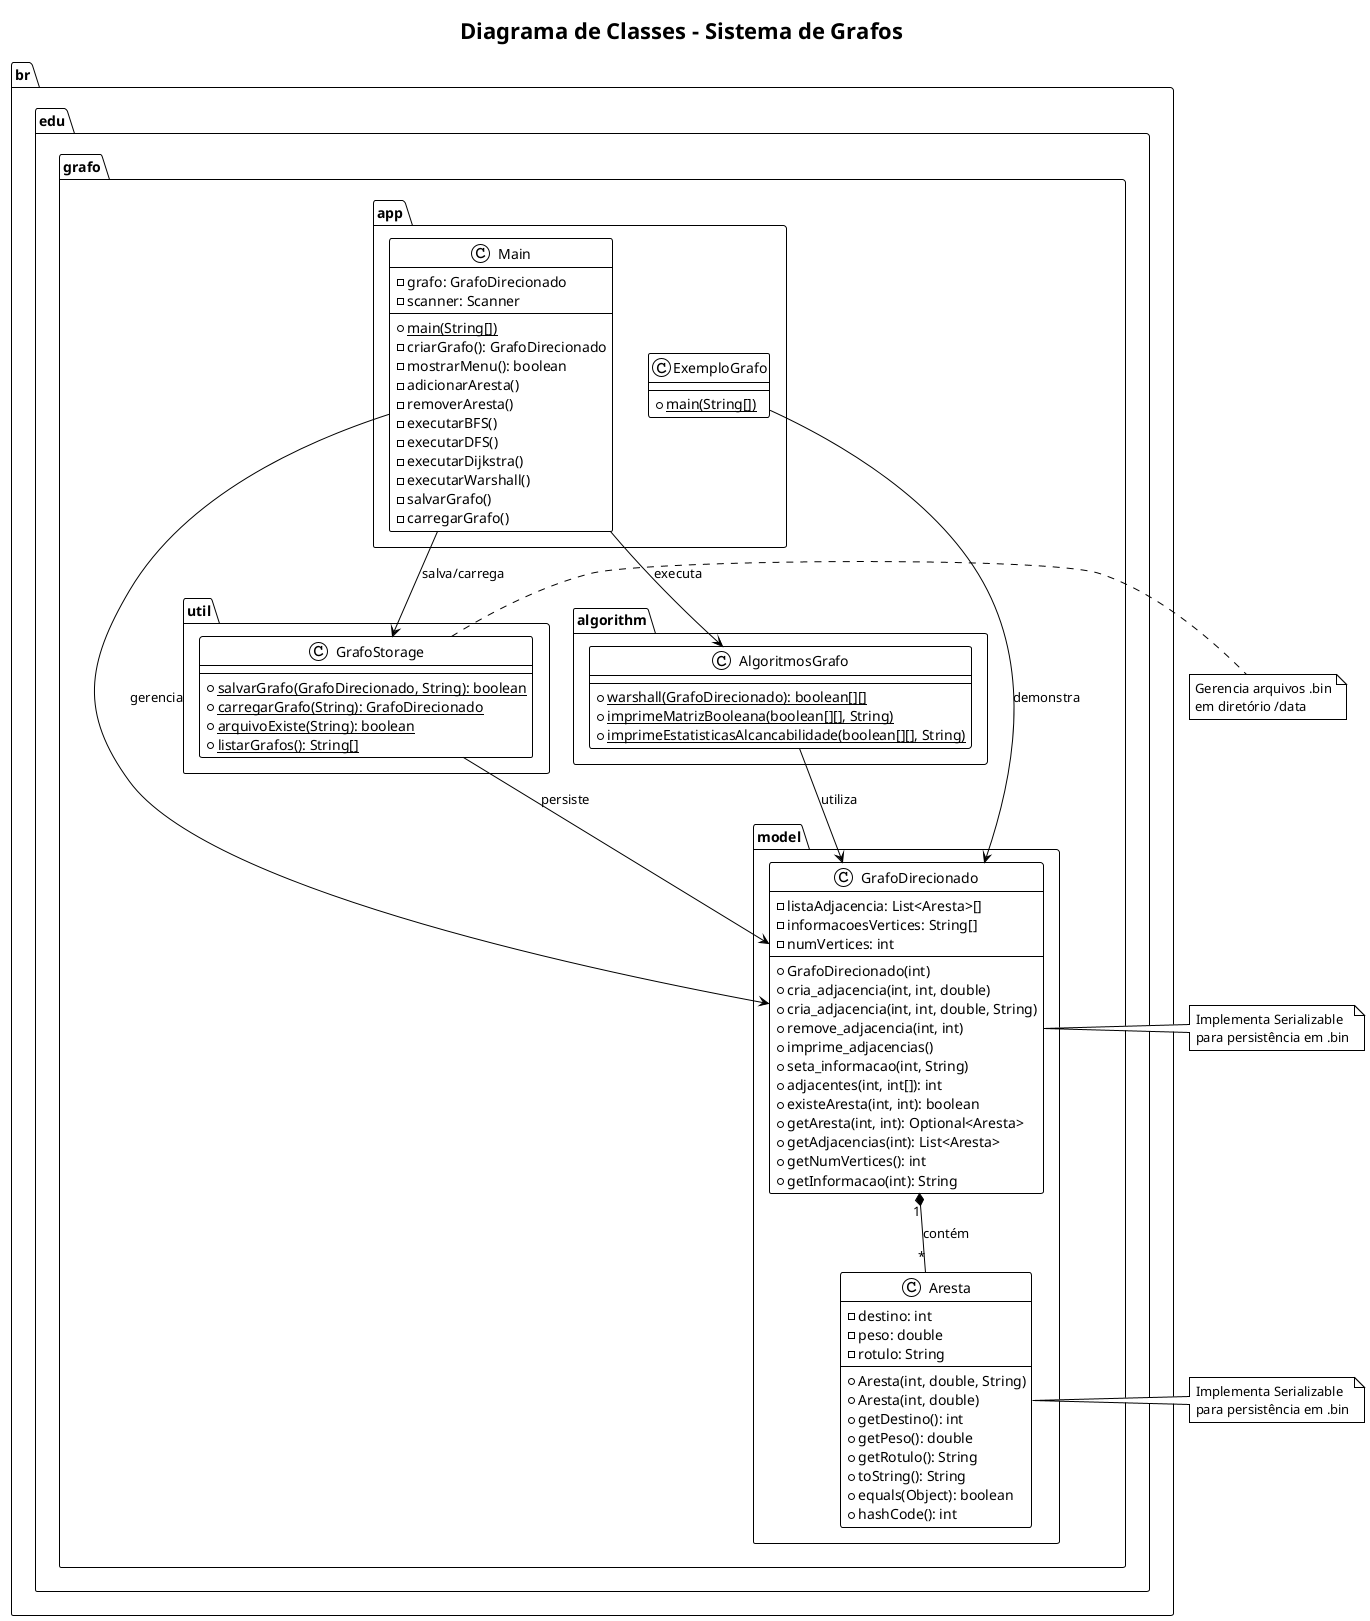
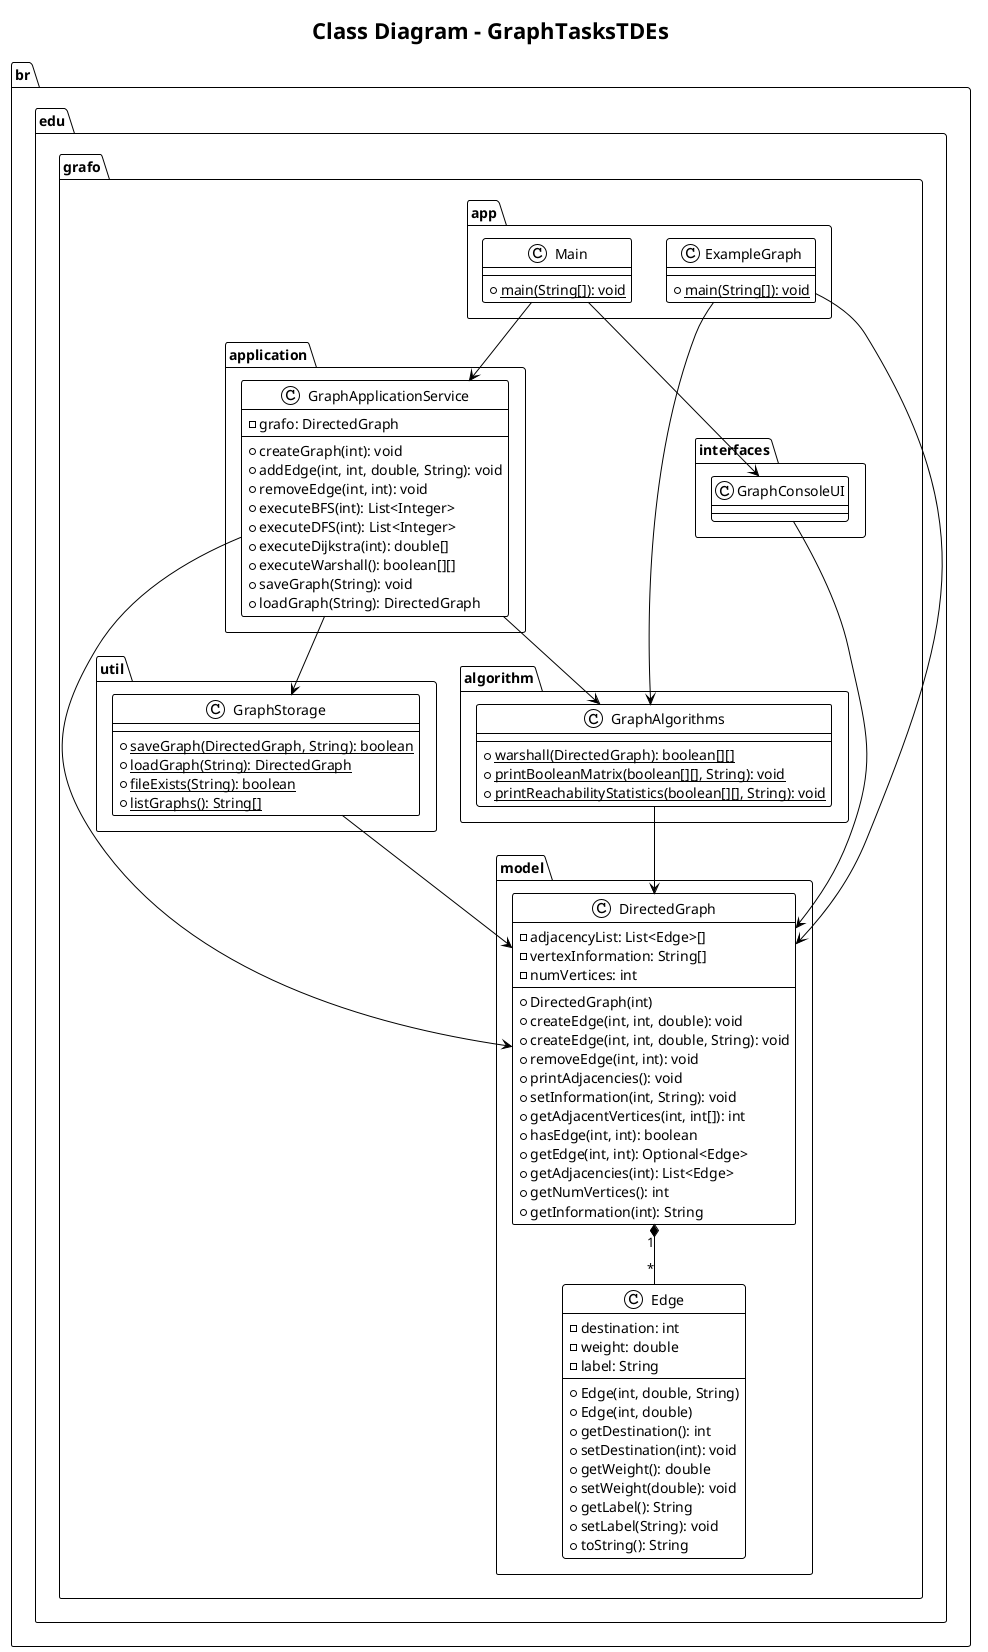
@startuml GraphTasksTDEs_ClassDiagram
!theme plain
- title Diagrama de Classes - Sistema de Grafos
+ title Class Diagram - GraphTasksTDEs

package "br.edu.grafo.model" {
-     class Aresta {
-         - destino: int
-         - peso: double
-         - rotulo: String
+     class Edge {
+         - destination: int
+         - weight: double
+         - label: String
        --
-         + Aresta(int, double, String)
-         + Aresta(int, double)
-         + getDestino(): int
-         + getPeso(): double
-         + getRotulo(): String
+         + Edge(int, double, String)
+         + Edge(int, double)
+         + getDestination(): int
+         + setDestination(int): void
+         + getWeight(): double
+         + setWeight(double): void
+         + getLabel(): String
+         + setLabel(String): void
        + toString(): String
-         + equals(Object): boolean
-         + hashCode(): int
    }

-     class GrafoDirecionado {
-         - listaAdjacencia: List<Aresta>[]
-         - informacoesVertices: String[]
+     class DirectedGraph {
+         - adjacencyList: List<Edge>[]
+         - vertexInformation: String[]
        - numVertices: int
        --
-         + GrafoDirecionado(int)
-         + cria_adjacencia(int, int, double)
-         + cria_adjacencia(int, int, double, String)
-         + remove_adjacencia(int, int)
-         + imprime_adjacencias()
-         + seta_informacao(int, String)
-         + adjacentes(int, int[]): int
-         + existeAresta(int, int): boolean
-         + getAresta(int, int): Optional<Aresta>
-         + getAdjacencias(int): List<Aresta>
+         + DirectedGraph(int)
+         + createEdge(int, int, double): void
+         + createEdge(int, int, double, String): void
+         + removeEdge(int, int): void
+         + printAdjacencies(): void
+         + setInformation(int, String): void
+         + getAdjacentVertices(int, int[]): int
+         + hasEdge(int, int): boolean
+         + getEdge(int, int): Optional<Edge>
+         + getAdjacencies(int): List<Edge>
        + getNumVertices(): int
-         + getInformacao(int): String
+         + getInformation(int): String
    }
}

package "br.edu.grafo.algorithm" {
-     class AlgoritmosGrafo {
-         {static} + warshall(GrafoDirecionado): boolean[][]
-         {static} + imprimeMatrizBooleana(boolean[][], String)
-         {static} + imprimeEstatisticasAlcancabilidade(boolean[][], String)
+     class GraphAlgorithms {
+         {static} + warshall(DirectedGraph): boolean[][]
+         {static} + printBooleanMatrix(boolean[][], String): void
+         {static} + printReachabilityStatistics(boolean[][], String): void
    }
}

+ package "br.edu.grafo.application" {
+     class GraphApplicationService {
+         - grafo: DirectedGraph
+         --
+         + createGraph(int): void
+         + addEdge(int, int, double, String): void
+         + removeEdge(int, int): void
+         + executeBFS(int): List<Integer>
+         + executeDFS(int): List<Integer>
+         + executeDijkstra(int): double[]
+         + executeWarshall(): boolean[][]
+         + saveGraph(String): void
+         + loadGraph(String): DirectedGraph
+     }
+ }
+ 
+ package "br.edu.grafo.interfaces" {
+     class GraphConsoleUI
+ }
+ 
package "br.edu.grafo.util" {
-     class GrafoStorage {
-         {static} + salvarGrafo(GrafoDirecionado, String): boolean
-         {static} + carregarGrafo(String): GrafoDirecionado
-         {static} + arquivoExiste(String): boolean
-         {static} + listarGrafos(): String[]
+     class GraphStorage {
+         {static} + saveGraph(DirectedGraph, String): boolean
+         {static} + loadGraph(String): DirectedGraph
+         {static} + fileExists(String): boolean
+         {static} + listGraphs(): String[]
    }
}

package "br.edu.grafo.app" {
    class Main {
-         - grafo: GrafoDirecionado
-         - scanner: Scanner
-         --
-         {static} + main(String[])
-         - criarGrafo(): GrafoDirecionado
-         - mostrarMenu(): boolean
-         - adicionarAresta()
-         - removerAresta()
-         - executarBFS()
-         - executarDFS()
-         - executarDijkstra()
-         - executarWarshall()
-         - salvarGrafo()
-         - carregarGrafo()
+         {static} + main(String[]): void
    }

-     class ExemploGrafo {
-         {static} + main(String[])
+     class ExampleGraph {
+         {static} + main(String[]): void
    }
}

- ' Relacionamentos
- GrafoDirecionado "1" *-- "*" Aresta: contém
- AlgoritmosGrafo --> GrafoDirecionado: utiliza
- GrafoStorage --> GrafoDirecionado: persiste
- Main --> GrafoDirecionado: gerencia
- Main --> AlgoritmosGrafo: executa
- Main --> GrafoStorage: salva/carrega
- ExemploGrafo --> GrafoDirecionado: demonstra
- 
- note right of Aresta
-   Implementa Serializable
-   para persistência em .bin
- end note
- 
- note right of GrafoDirecionado
-   Implementa Serializable
-   para persistência em .bin
- end note
- 
- note right of GrafoStorage
-   Gerencia arquivos .bin
-   em diretório /data
- end note
+ DirectedGraph "1" *-- "*" Edge
+ GraphAlgorithms --> DirectedGraph
+ GraphApplicationService --> DirectedGraph
+ GraphApplicationService --> GraphAlgorithms
+ GraphApplicationService --> GraphStorage
+ GraphConsoleUI --> DirectedGraph
+ GraphStorage --> DirectedGraph
+ Main --> GraphApplicationService
+ Main --> GraphConsoleUI
+ ExampleGraph --> DirectedGraph
+ ExampleGraph --> GraphAlgorithms

@enduml
